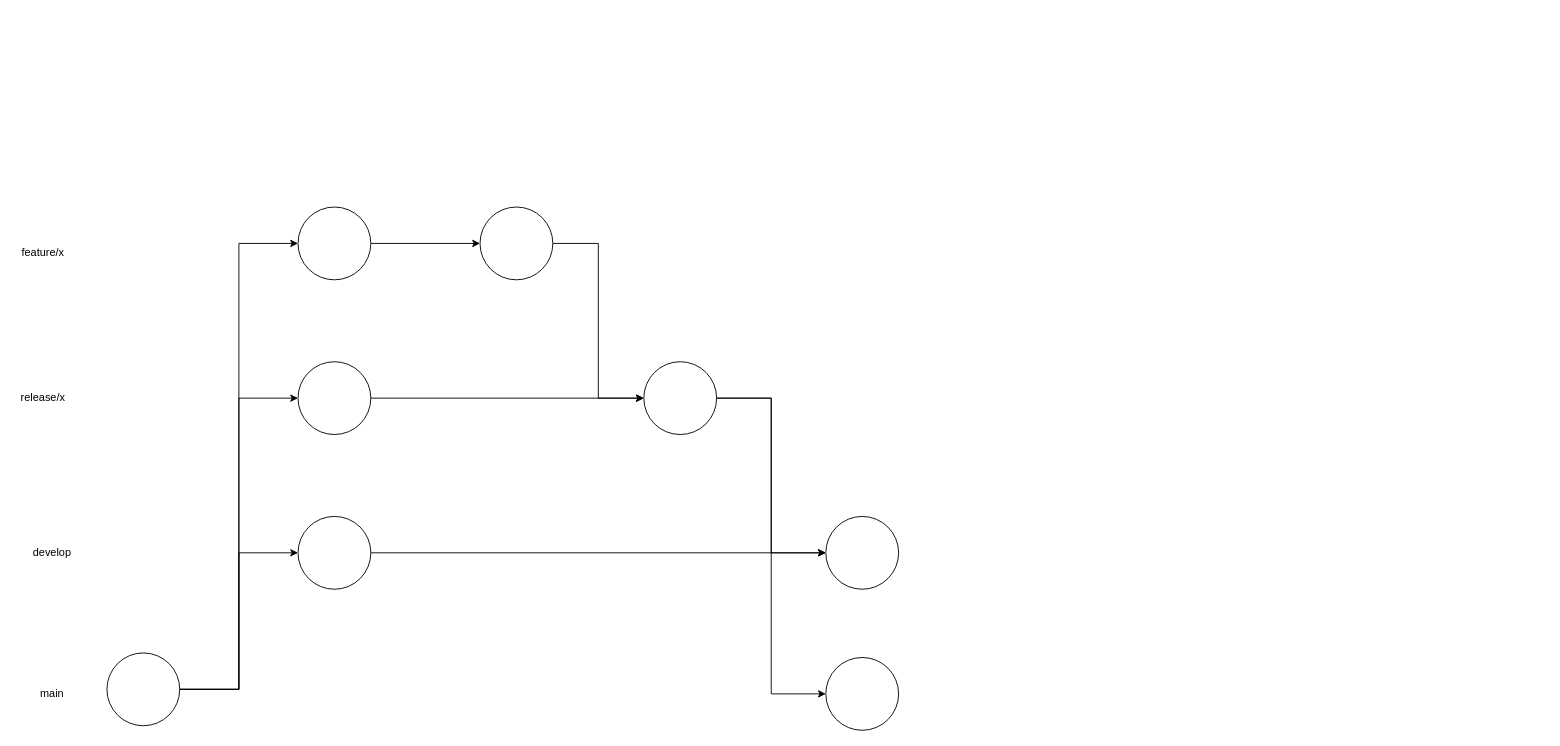
This is mcp-branch.drawio from pettll/diagrams, a draw.io file, before an edit. Source tidied: cells renumbered, new cells numbered last; positions are measured from the earlier drawing's top-left corner, leaving out a move shared by most shapes. Both pictures are drawn from the tidied source at 91%, with x=0, y=0 at pixel (15, 207).
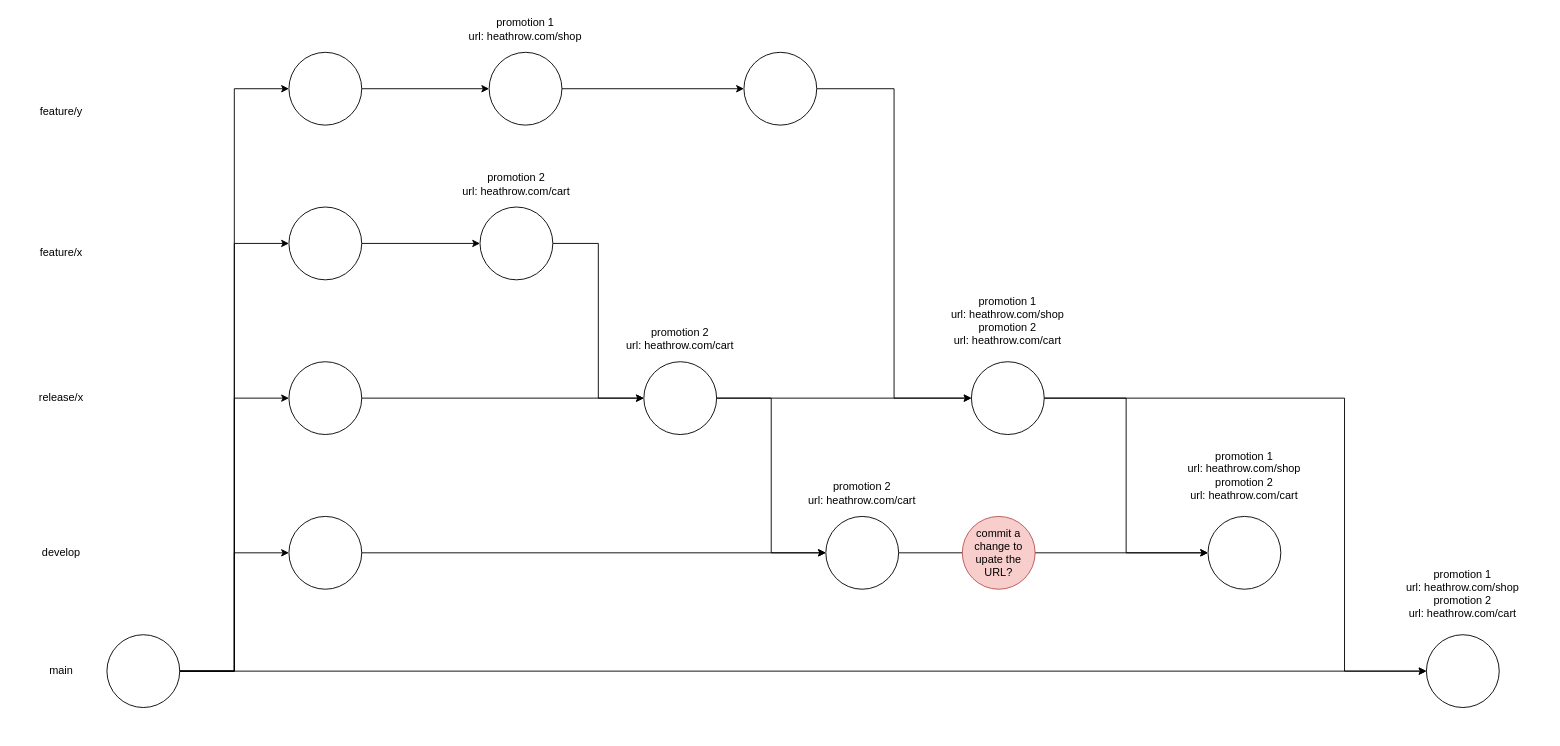
The same page after the edit.

Unchanged cells that the change refers to:
```xml
<mxCell id="20" style="ellipse;whiteSpace=wrap;html=1;" parent="1" vertex="1">
  <mxGeometry x="690" y="170" width="80" height="80" as="geometry" />
</mxCell>
<mxCell id="21" style="ellipse;whiteSpace=wrap;html=1;" parent="1" vertex="1">
  <mxGeometry x="890" y="340" width="80" height="80" as="geometry" />
</mxCell>
```

What changed in the source:
```diff
@@
     <mxCell id="3" style="ellipse;whiteSpace=wrap;html=1;" parent="1" vertex="1">
-      <mxGeometry x="310" width="80" height="80" as="geometry" />
+      <mxGeometry x="300" width="80" height="80" as="geometry" />
     </mxCell>
@@
     <mxCell id="5" style="ellipse;whiteSpace=wrap;html=1;" parent="1" vertex="1">
-      <mxGeometry x="310" y="170" width="80" height="80" as="geometry" />
+      <mxGeometry x="300" y="170" width="80" height="80" as="geometry" />
     </mxCell>
@@
     <mxCell id="7" style="ellipse;whiteSpace=wrap;html=1;" parent="1" vertex="1">
-      <mxGeometry x="310" y="340" width="80" height="80" as="geometry" />
+      <mxGeometry x="300" y="340" width="80" height="80" as="geometry" />
     </mxCell>
@@
+    <mxCell id="23" style="edgeStyle=orthogonalEdgeStyle;rounded=0;jettySize=auto;html=1;entryX=0;entryY=0.5;entryDx=0;entryDy=0;" parent="1" edge="1" source="11" target="28">
+      <mxGeometry relative="1" as="geometry" />
+    </mxCell>
+    <mxCell id="24" style="edgeStyle=orthogonalEdgeStyle;rounded=0;jettySize=auto;html=1;entryX=0;entryY=0.5;entryDx=0;entryDy=0;" parent="1" edge="1" source="11" target="22">
+      <mxGeometry relative="1" as="geometry" />
+    </mxCell>
     <mxCell id="11" style="ellipse;whiteSpace=wrap;html=1;" parent="1" vertex="1">
-      <mxGeometry x="100" y="490" width="80" height="80" as="geometry" />
+      <mxGeometry x="100" y="470" width="80" height="80" as="geometry" />
     </mxCell>
     <mxCell id="12" value="main" style="text;html=1;align=center;verticalAlign=middle;whiteSpace=wrap;rounded=0;" parent="1" vertex="1">
-      <mxGeometry x="10" y="520" width="60" height="30" as="geometry" />
+      <mxGeometry x="20" y="495" width="60" height="30" as="geometry" />
     </mxCell>
     <mxCell id="13" value="develop" style="text;html=1;align=center;verticalAlign=middle;whiteSpace=wrap;rounded=0;" parent="1" vertex="1">
-      <mxGeometry x="10" y="365" width="60" height="30" as="geometry" />
+      <mxGeometry x="20" y="365" width="60" height="30" as="geometry" />
     </mxCell>
     <mxCell id="14" value="release/x" style="text;html=1;align=center;verticalAlign=middle;whiteSpace=wrap;rounded=0;" parent="1" vertex="1">
-      <mxGeometry y="195" width="60" height="30" as="geometry" />
+      <mxGeometry x="20" y="195" width="60" height="30" as="geometry" />
     </mxCell>
     <mxCell id="15" value="feature/x" style="text;html=1;align=center;verticalAlign=middle;whiteSpace=wrap;rounded=0;" parent="1" vertex="1">
-      <mxGeometry y="35" width="60" height="30" as="geometry" />
+      <mxGeometry x="20" y="35" width="60" height="30" as="geometry" />
     </mxCell>
@@
-    <mxCell id="19" style="edgeStyle=orthogonalEdgeStyle;rounded=0;jettySize=auto;html=1;entryX=0;entryY=0.5;entryDx=0;entryDy=0;" parent="1" edge="1" source="20" target="22">
-      <mxGeometry relative="1" as="geometry" />
-    </mxCell>
@@
+    <mxCell id="25" style="edgeStyle=orthogonalEdgeStyle;rounded=0;jettySize=auto;html=1;" parent="1" edge="1" source="21" target="37">
+      <mxGeometry relative="1" as="geometry" />
+    </mxCell>
@@
     <mxCell id="22" style="ellipse;whiteSpace=wrap;html=1;" parent="1" vertex="1">
-      <mxGeometry x="890" y="495" width="80" height="80" as="geometry" />
+      <mxGeometry x="1550" y="470" width="80" height="80" as="geometry" />
     </mxCell>
+    <mxCell id="26" value="feature/y" style="text;html=1;align=center;verticalAlign=middle;whiteSpace=wrap;rounded=0;" parent="1" vertex="1">
+      <mxGeometry x="20" y="-120" width="60" height="30" as="geometry" />
+    </mxCell>
+    <mxCell id="27" style="edgeStyle=orthogonalEdgeStyle;rounded=0;jettySize=auto;html=1;" parent="1" edge="1" source="28" target="30">
+      <mxGeometry relative="1" as="geometry" />
+    </mxCell>
+    <mxCell id="28" style="ellipse;whiteSpace=wrap;html=1;" parent="1" vertex="1">
+      <mxGeometry x="300" y="-170" width="80" height="80" as="geometry" />
+    </mxCell>
+    <mxCell id="29" style="edgeStyle=orthogonalEdgeStyle;rounded=0;jettySize=auto;html=1;" parent="1" edge="1" source="30" target="32">
+      <mxGeometry relative="1" as="geometry" />
+    </mxCell>
+    <mxCell id="30" style="ellipse;whiteSpace=wrap;html=1;" parent="1" vertex="1">
+      <mxGeometry x="520" y="-170" width="80" height="80" as="geometry" />
+    </mxCell>
+    <mxCell id="31" style="edgeStyle=orthogonalEdgeStyle;rounded=0;jettySize=auto;html=1;entryX=0;entryY=0.5;entryDx=0;entryDy=0;" parent="1" edge="1" source="32" target="34">
+      <mxGeometry relative="1" as="geometry" />
+    </mxCell>
+    <mxCell id="32" style="ellipse;whiteSpace=wrap;html=1;" parent="1" vertex="1">
+      <mxGeometry x="800" y="-170" width="80" height="80" as="geometry" />
+    </mxCell>
+    <mxCell id="33" style="edgeStyle=orthogonalEdgeStyle;rounded=0;jettySize=auto;html=1;entryX=0;entryY=0.5;entryDx=0;entryDy=0;" parent="1" edge="1" source="34" target="37">
+      <mxGeometry relative="1" as="geometry" />
+    </mxCell>
+    <mxCell id="34" style="ellipse;whiteSpace=wrap;html=1;" parent="1" vertex="1">
+      <mxGeometry x="1050" y="170" width="80" height="80" as="geometry" />
+    </mxCell>
+    <mxCell id="35" style="edgeStyle=orthogonalEdgeStyle;rounded=0;jettySize=auto;html=1;entryX=0;entryY=0.5;entryDx=0;entryDy=0;" parent="1" edge="1" source="20" target="34">
+      <mxGeometry relative="1" as="geometry" />
+    </mxCell>
+    <mxCell id="36" style="edgeStyle=orthogonalEdgeStyle;rounded=0;jettySize=auto;html=1;entryX=0;entryY=0.5;entryDx=0;entryDy=0;exitX=1;exitY=0.5;exitDx=0;exitDy=0;" parent="1" edge="1" source="34" target="22">
+      <mxGeometry relative="1" as="geometry">
+        <Array as="points">
+          <mxPoint x="1460" y="210" />
+          <mxPoint x="1460" y="510" />
+        </Array>
+      </mxGeometry>
+    </mxCell>
+    <mxCell id="37" style="ellipse;whiteSpace=wrap;html=1;" parent="1" vertex="1">
+      <mxGeometry x="1310" y="340" width="80" height="80" as="geometry" />
+    </mxCell>
+    <mxCell id="38" value="promotion 1&lt;br&gt;url: heathrow.com/shop" style="text;html=1;align=center;verticalAlign=middle;whiteSpace=wrap;rounded=0;" parent="1" vertex="1">
+      <mxGeometry x="470" y="-210" width="180" height="30" as="geometry" />
+    </mxCell>
+    <mxCell id="39" value="promotion 2&lt;br&gt;url: heathrow.com/cart" style="text;html=1;align=center;verticalAlign=middle;whiteSpace=wrap;rounded=0;" parent="1" vertex="1">
+      <mxGeometry x="460" y="-40" width="180" height="30" as="geometry" />
+    </mxCell>
+    <mxCell id="40" value="promotion 2&lt;br&gt;url: heathrow.com/cart" style="text;html=1;align=center;verticalAlign=middle;whiteSpace=wrap;rounded=0;" parent="1" vertex="1">
+      <mxGeometry x="640" y="130" width="180" height="30" as="geometry" />
+    </mxCell>
+    <mxCell id="41" value="promotion 1&lt;br&gt;url: heathrow.com/shop&lt;br&gt;promotion 2&lt;br&gt;url: heathrow.com/cart" style="text;html=1;align=center;verticalAlign=middle;whiteSpace=wrap;rounded=0;" parent="1" vertex="1">
+      <mxGeometry x="1000" y="110" width="180" height="30" as="geometry" />
+    </mxCell>
+    <mxCell id="42" value="promotion 2&lt;br&gt;url: heathrow.com/cart" style="text;html=1;align=center;verticalAlign=middle;whiteSpace=wrap;rounded=0;" parent="1" vertex="1">
+      <mxGeometry x="840" y="300" width="180" height="30" as="geometry" />
+    </mxCell>
+    <mxCell id="43" value="promotion 1&lt;br&gt;url: heathrow.com/shop&lt;br&gt;promotion 2&lt;br&gt;url: heathrow.com/cart" style="text;html=1;align=center;verticalAlign=middle;whiteSpace=wrap;rounded=0;" parent="1" vertex="1">
+      <mxGeometry x="1260" y="280" width="180" height="30" as="geometry" />
+    </mxCell>
+    <mxCell id="44" value="promotion 1&lt;br&gt;url: heathrow.com/shop&lt;br&gt;promotion 2&lt;br&gt;url: heathrow.com/cart" style="text;html=1;align=center;verticalAlign=middle;whiteSpace=wrap;rounded=0;" parent="1" vertex="1">
+      <mxGeometry x="1500" y="410" width="180" height="30" as="geometry" />
+    </mxCell>
+    <mxCell id="45" value="commit a change to upate the URL?" style="ellipse;whiteSpace=wrap;html=1;fillColor=#f8cecc;strokeColor=#b85450;" parent="1" vertex="1">
+      <mxGeometry x="1040" y="340" width="80" height="80" as="geometry" />
+    </mxCell>
```
